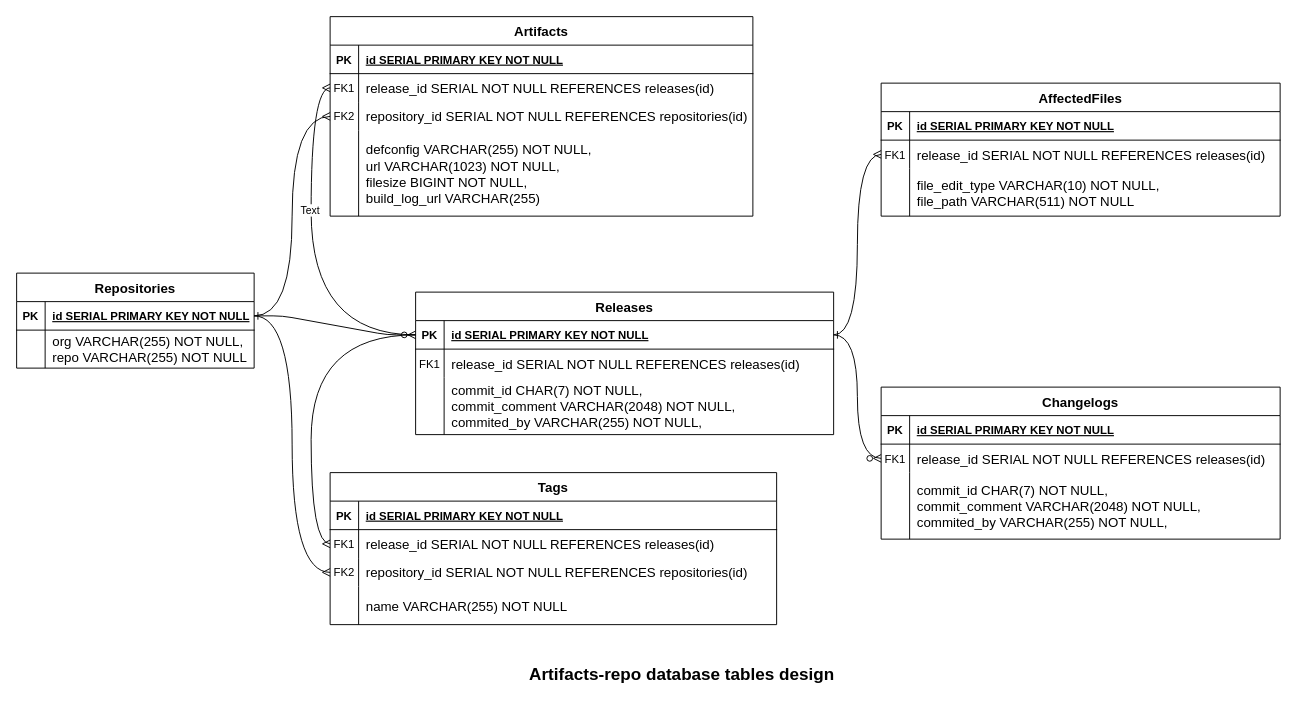
gnu4cn/artifacts-repo keeps this draw.io diagram as artifacts-repo-db-design.drawio. Above is the earlier version. Source tidied: cells renumbered, new cells numbered last; positions are measured from the earlier drawing's top-left corner, leaving out a move shared by most shapes. Both pictures are drawn from the tidied source at 95%, with x=0, y=0 at pixel (16, 16).
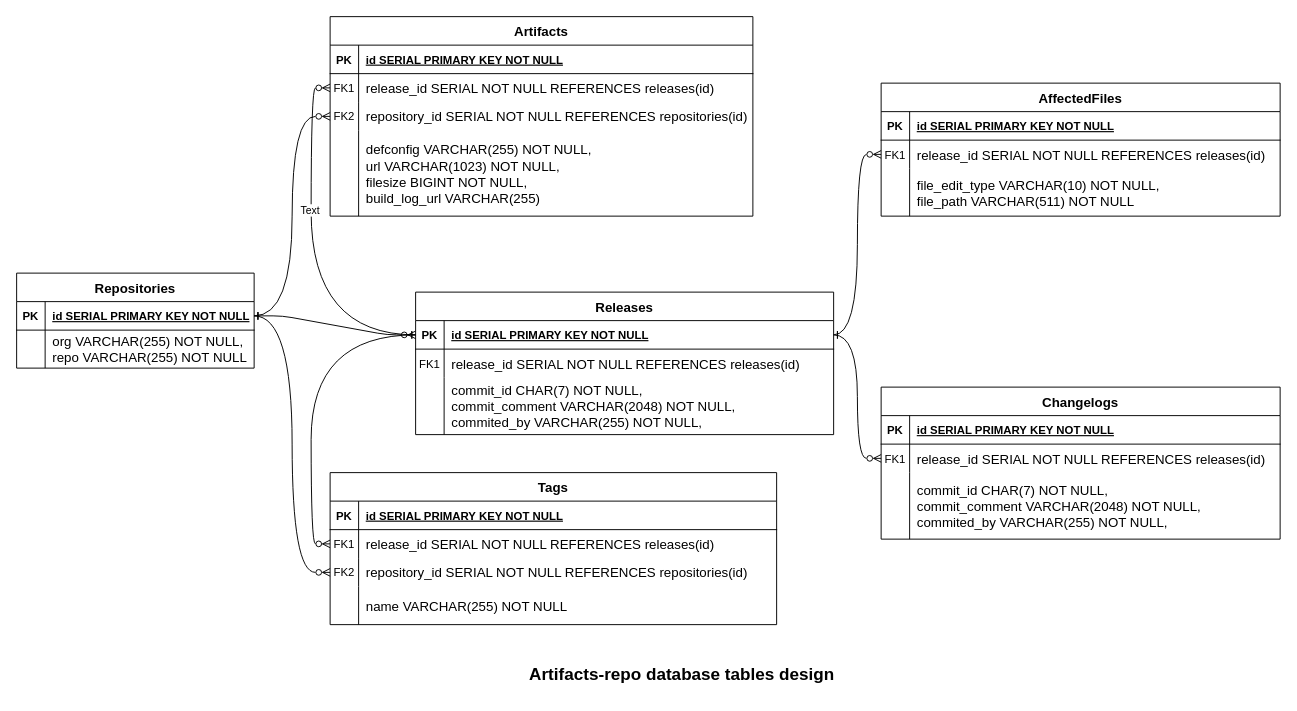
The same diagram, later.

The change refers to these unchanged cells:
```xml
<mxCell id="8" style="shape=partialRectangle;fillColor=none;points=[[0,0.5],[1,0.5]];portConstraint=eastwest;top=0;left=0;right=0;bottom=0;" parent="4" vertex="1">
  <mxGeometry y="60" width="420" height="30" as="geometry" />
</mxCell>
<mxCell id="15" style="shape=partialRectangle;fillColor=none;points=[[0,0.5],[1,0.5]];portConstraint=eastwest;top=0;left=0;right=0;bottom=1;" parent="14" vertex="1">
  <mxGeometry y="30" width="250" height="30" as="geometry" />
</mxCell>
<mxCell id="25" style="shape=partialRectangle;fillColor=none;points=[[0,0.5],[1,0.5]];portConstraint=eastwest;top=0;left=0;right=0;bottom=0;" parent="21" vertex="1">
  <mxGeometry y="60" width="445" height="30" as="geometry" />
</mxCell>
<mxCell id="28" style="shape=tableRow;horizontal=0;startSize=0;swimlaneHead=0;swimlaneBody=0;fillColor=none;points=[[0,0.5],[1,0.5]];portConstraint=eastwest;top=0;left=0;right=0;bottom=0;" parent="21" vertex="1">
  <mxGeometry y="90" width="445" height="30" as="geometry" />
</mxCell>
<mxCell id="38" style="shape=partialRectangle;fillColor=none;points=[[0,0.5],[1,0.5]];portConstraint=eastwest;top=0;left=0;right=0;bottom=1;" parent="37" vertex="1">
  <mxGeometry y="30" width="440" height="30" as="geometry" />
</mxCell>
<mxCell id="51" style="shape=partialRectangle;fillColor=none;points=[[0,0.5],[1,0.5]];portConstraint=eastwest;top=0;left=0;right=0;bottom=0;" parent="47" vertex="1">
  <mxGeometry y="60" width="420" height="30" as="geometry" />
</mxCell>
<mxCell id="62" style="shape=partialRectangle;fillColor=none;points=[[0,0.5],[1,0.5]];portConstraint=eastwest;top=0;left=0;right=0;bottom=0;" parent="58" vertex="1">
  <mxGeometry y="60" width="470" height="30" as="geometry" />
</mxCell>
<mxCell id="65" style="shape=tableRow;horizontal=0;startSize=0;swimlaneHead=0;swimlaneBody=0;fillColor=none;points=[[0,0.5],[1,0.5]];portConstraint=eastwest;top=0;left=0;right=0;bottom=0;" parent="58" vertex="1">
  <mxGeometry y="90" width="470" height="30" as="geometry" />
</mxCell>
```

What changed in the source:
```diff
@@
-    <mxCell id="3" style="edgeStyle=orthogonalEdgeStyle;endArrow=ERzeroToMany;startArrow=ERone;endFill=1;startFill=0;exitX=1;exitY=0.5;exitDx=0;exitDy=0;curved=1;" parent="1" edge="1" source="38" target="8">
+    <mxCell id="3" style="edgeStyle=orthogonalEdgeStyle;endArrow=ERzeroToMany;startArrow=ERone;endFill=0;startFill=0;exitX=1;exitY=0.5;exitDx=0;exitDy=0;curved=1;" parent="1" edge="1" source="38" target="8">
       <mxGeometry relative="1" as="geometry" />
     </mxCell>
@@
-    <mxCell id="34" style="edgeStyle=orthogonalEdgeStyle;rounded=0;jettySize=auto;html=1;exitX=0;exitY=0.5;exitDx=0;exitDy=0;entryX=0;entryY=0.5;entryDx=0;entryDy=0;startArrow=ERmany;startFill=0;endArrow=none;endFill=0;curved=1;" parent="1" edge="1" source="25" target="38">
+    <mxCell id="34" style="edgeStyle=orthogonalEdgeStyle;rounded=0;jettySize=auto;html=1;exitX=0;exitY=0.5;exitDx=0;exitDy=0;entryX=0;entryY=0.5;entryDx=0;entryDy=0;startArrow=ERzeroToMany;startFill=0;endArrow=ERone;endFill=0;curved=1;" parent="1" edge="1" source="25" target="38">
       <mxGeometry relative="1" as="geometry" />
     </mxCell>
@@
-    <mxCell id="36" style="edgeStyle=orthogonalEdgeStyle;rounded=0;jettySize=auto;html=1;exitX=0;exitY=0.5;exitDx=0;exitDy=0;entryX=1;entryY=0.5;entryDx=0;entryDy=0;startArrow=ERmany;startFill=0;endArrow=none;endFill=0;curved=1;" parent="1" edge="1" source="28" target="15">
+    <mxCell id="36" style="edgeStyle=orthogonalEdgeStyle;rounded=0;jettySize=auto;html=1;exitX=0;exitY=0.5;exitDx=0;exitDy=0;entryX=1;entryY=0.5;entryDx=0;entryDy=0;startArrow=ERzeroToMany;startFill=0;endArrow=ERone;endFill=0;curved=1;" parent="1" edge="1" source="28" target="15">
       <mxGeometry relative="1" as="geometry" />
     </mxCell>
@@
-    <mxCell id="57" style="edgeStyle=orthogonalEdgeStyle;rounded=0;jettySize=auto;html=1;entryX=1;entryY=0.5;entryDx=0;entryDy=0;curved=1;startArrow=ERmany;startFill=0;endArrow=none;endFill=0;" parent="1" edge="1" source="51" target="38">
+    <mxCell id="57" style="edgeStyle=orthogonalEdgeStyle;rounded=0;jettySize=auto;html=1;entryX=1;entryY=0.5;entryDx=0;entryDy=0;curved=1;startArrow=ERzeroToMany;startFill=0;endArrow=ERone;endFill=0;" parent="1" edge="1" source="51" target="38">
       <mxGeometry relative="1" as="geometry" />
     </mxCell>
@@
-    <mxCell id="71" style="edgeStyle=orthogonalEdgeStyle;rounded=0;jettySize=auto;html=1;curved=1;startArrow=ERmany;startFill=0;endArrow=none;endFill=0;exitX=0;exitY=0.5;exitDx=0;exitDy=0;" parent="1" edge="1" source="62" target="38">
+    <mxCell id="71" style="edgeStyle=orthogonalEdgeStyle;rounded=0;jettySize=auto;html=1;curved=1;startArrow=ERzeroToMany;startFill=0;endArrow=ERone;endFill=0;exitX=0;exitY=0.5;exitDx=0;exitDy=0;" parent="1" edge="1" source="62" target="38">
       <mxGeometry relative="1" as="geometry" />
     </mxCell>
-    <mxCell id="72" style="edgeStyle=orthogonalEdgeStyle;rounded=0;jettySize=auto;html=1;exitX=0;exitY=0.5;exitDx=0;exitDy=0;entryX=1;entryY=0.5;entryDx=0;entryDy=0;curved=1;startArrow=ERmany;startFill=0;endArrow=none;endFill=0;" parent="1" edge="1" source="65" target="15">
+    <mxCell id="72" style="edgeStyle=orthogonalEdgeStyle;rounded=0;jettySize=auto;html=1;exitX=0;exitY=0.5;exitDx=0;exitDy=0;entryX=1;entryY=0.5;entryDx=0;entryDy=0;curved=1;startArrow=ERzeroToMany;startFill=0;endArrow=ERone;endFill=0;" parent="1" edge="1" source="65" target="15">
       <mxGeometry relative="1" as="geometry" />
     </mxCell>
```
